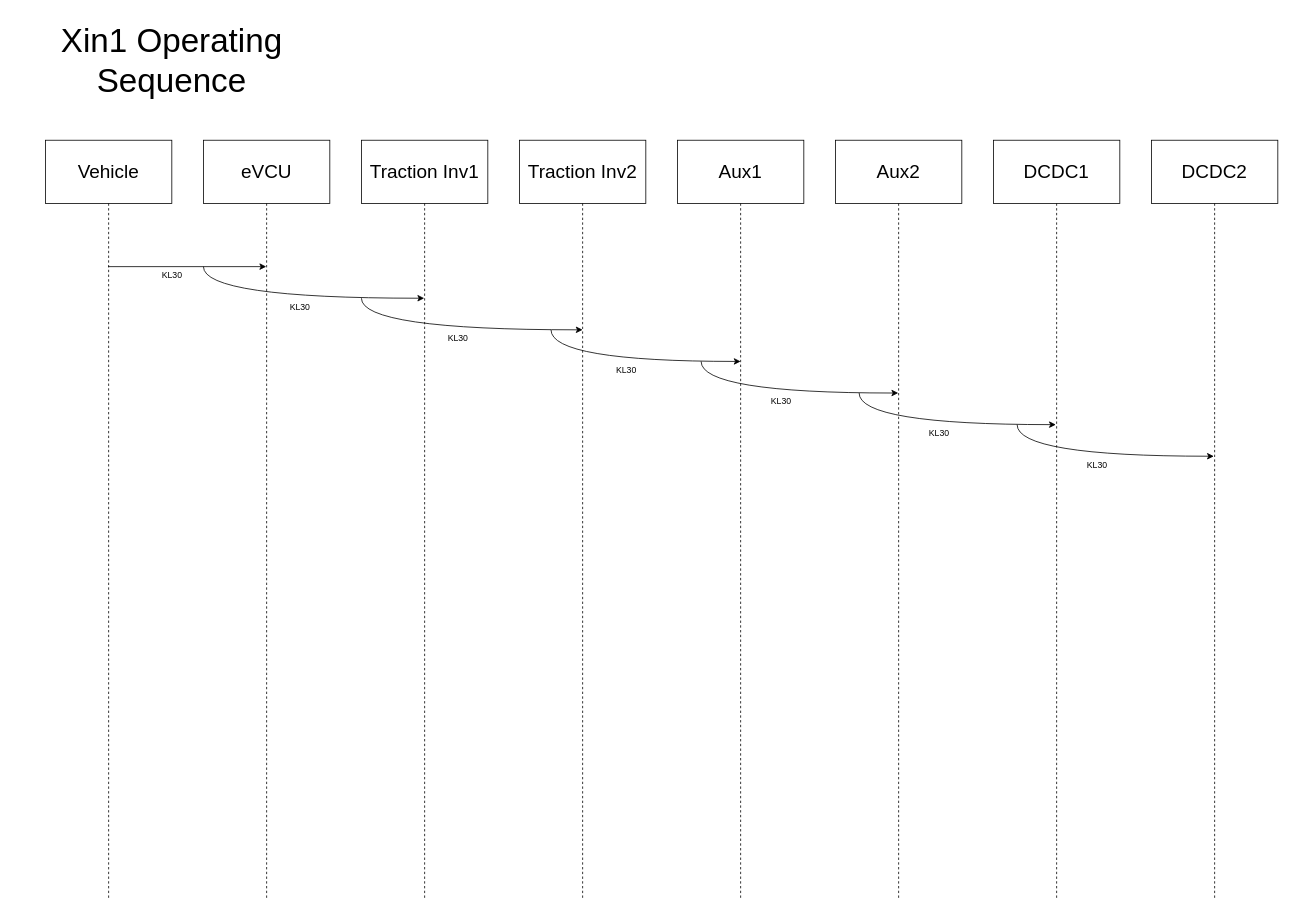
This is page "subsytem Block diag" (2 of 3) of xin1System.drawio from chdev2011/temp, a draw.io file, before an edit. Source tidied: cells renumbered, new cells numbered last; positions are measured from the earlier drawing's top-left corner, leaving out a move shared by most shapes. Both pictures are drawn from the tidied source at 79%, with x=0, y=0 at pixel (13, 13).
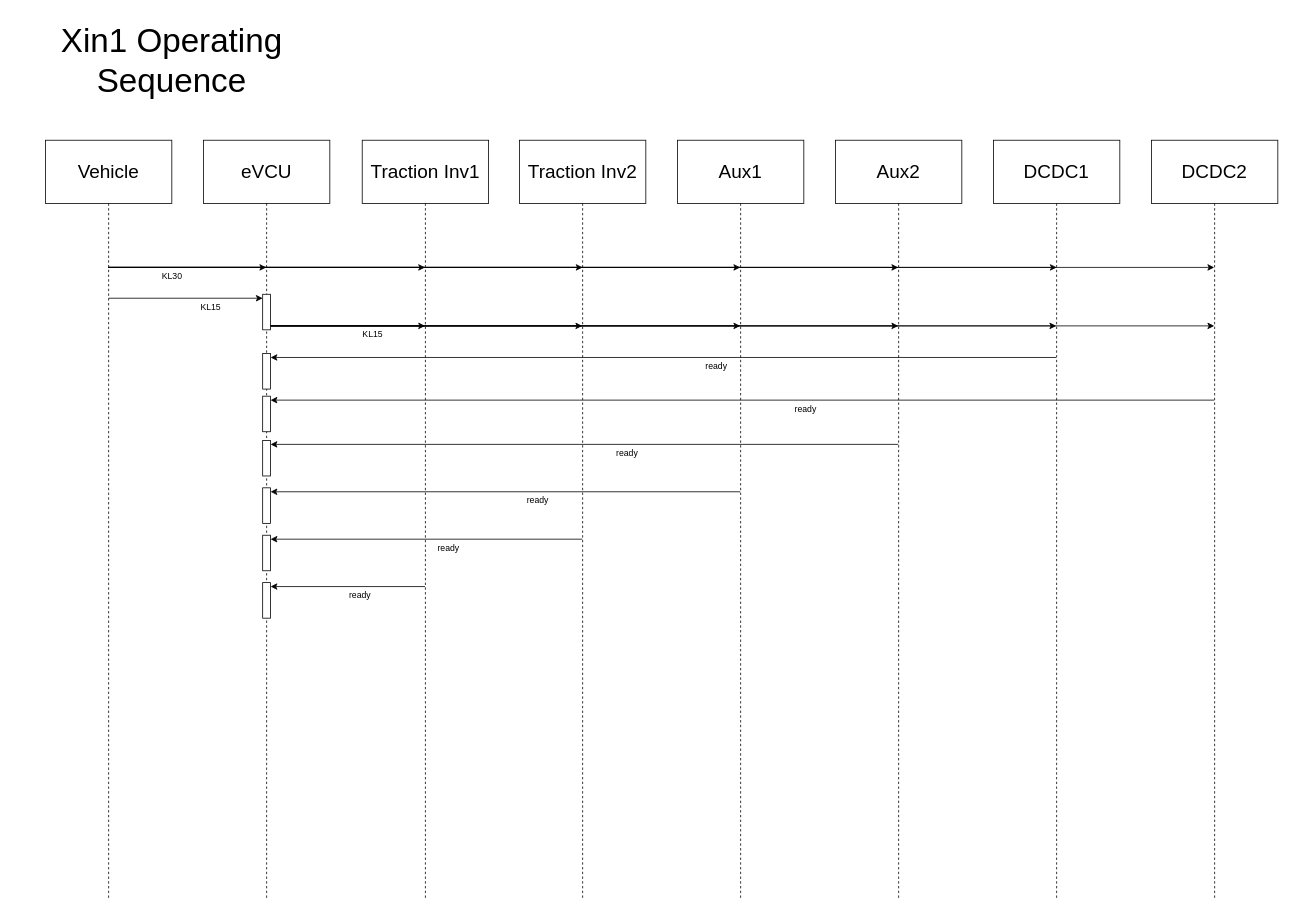
After the change.

Unchanged cells that the change refers to:
```xml
<mxCell id="4" value="eVCU" style="shape=umlLifeline;perimeter=lifelinePerimeter;whiteSpace=wrap;html=1;newEdgeStyle={&quot;curved&quot;:0,&quot;rounded&quot;:0};size=80;fontSize=24;" parent="1" vertex="1">
  <mxGeometry x="240" y="160" width="160" height="960" as="geometry" />
</mxCell>
<mxCell id="6" value="Traction Inv2" style="shape=umlLifeline;perimeter=lifelinePerimeter;whiteSpace=wrap;html=1;outlineConnect=0;portConstraint=eastwest;newEdgeStyle={&quot;curved&quot;:0,&quot;rounded&quot;:0};size=80;fontSize=24;" parent="1" vertex="1">
  <mxGeometry x="640" y="160" width="160" height="960" as="geometry" />
</mxCell>
<mxCell id="7" value="Aux1" style="shape=umlLifeline;perimeter=lifelinePerimeter;whiteSpace=wrap;html=1;outlineConnect=0;portConstraint=eastwest;newEdgeStyle={&quot;curved&quot;:0,&quot;rounded&quot;:0};size=80;fontSize=24;" parent="1" vertex="1">
  <mxGeometry x="840" y="160" width="160" height="960" as="geometry" />
</mxCell>
<mxCell id="8" value="Aux2" style="shape=umlLifeline;perimeter=lifelinePerimeter;whiteSpace=wrap;html=1;outlineConnect=0;portConstraint=eastwest;newEdgeStyle={&quot;curved&quot;:0,&quot;rounded&quot;:0};size=80;fontSize=24;" parent="1" vertex="1">
  <mxGeometry x="1040" y="160" width="160" height="960" as="geometry" />
</mxCell>
<mxCell id="9" value="DCDC1" style="shape=umlLifeline;perimeter=lifelinePerimeter;whiteSpace=wrap;html=1;outlineConnect=0;portConstraint=eastwest;newEdgeStyle={&quot;curved&quot;:0,&quot;rounded&quot;:0};size=80;fontSize=24;" parent="1" vertex="1">
  <mxGeometry x="1240" y="160" width="160" height="960" as="geometry" />
</mxCell>
<mxCell id="10" value="DCDC2" style="shape=umlLifeline;perimeter=lifelinePerimeter;whiteSpace=wrap;html=1;outlineConnect=0;portConstraint=eastwest;newEdgeStyle={&quot;curved&quot;:0,&quot;rounded&quot;:0};size=80;fontSize=24;" parent="1" vertex="1">
  <mxGeometry x="1440" y="160" width="160" height="960" as="geometry" />
</mxCell>
```

The edit, as a diff of the source:
```diff
@@
+    <mxCell id="25" style="html=1;points=[[0,0,0,0,5],[0,1,0,0,-5],[1,0,0,0,5],[1,1,0,0,-5]];perimeter=orthogonalPerimeter;outlineConnect=0;targetShapes=umlLifeline;portConstraint=eastwest;newEdgeStyle={&quot;curved&quot;:0,&quot;rounded&quot;:0};" parent="4" vertex="1">
+      <mxGeometry x="75" y="195" width="10" height="45" as="geometry" />
+    </mxCell>
+    <mxCell id="26" style="html=1;points=[[0,0,0,0,5],[0,1,0,0,-5],[1,0,0,0,5],[1,1,0,0,-5]];perimeter=orthogonalPerimeter;outlineConnect=0;targetShapes=umlLifeline;portConstraint=eastwest;newEdgeStyle={&quot;curved&quot;:0,&quot;rounded&quot;:0};" parent="4" vertex="1">
+      <mxGeometry x="75" y="324" width="10" height="45" as="geometry" />
+    </mxCell>
+    <mxCell id="27" style="html=1;points=[[0,0,0,0,5],[0,1,0,0,-5],[1,0,0,0,5],[1,1,0,0,-5]];perimeter=orthogonalPerimeter;outlineConnect=0;targetShapes=umlLifeline;portConstraint=eastwest;newEdgeStyle={&quot;curved&quot;:0,&quot;rounded&quot;:0};" parent="4" vertex="1">
+      <mxGeometry x="75" y="270" width="10" height="45" as="geometry" />
+    </mxCell>
+    <mxCell id="28" style="html=1;points=[[0,0,0,0,5],[0,1,0,0,-5],[1,0,0,0,5],[1,1,0,0,-5]];perimeter=orthogonalPerimeter;outlineConnect=0;targetShapes=umlLifeline;portConstraint=eastwest;newEdgeStyle={&quot;curved&quot;:0,&quot;rounded&quot;:0};" parent="4" vertex="1">
+      <mxGeometry x="75" y="380" width="10" height="45" as="geometry" />
+    </mxCell>
+    <mxCell id="29" style="html=1;points=[[0,0,0,0,5],[0,1,0,0,-5],[1,0,0,0,5],[1,1,0,0,-5]];perimeter=orthogonalPerimeter;outlineConnect=0;targetShapes=umlLifeline;portConstraint=eastwest;newEdgeStyle={&quot;curved&quot;:0,&quot;rounded&quot;:0};" parent="4" vertex="1">
+      <mxGeometry x="75" y="440" width="10" height="45" as="geometry" />
+    </mxCell>
+    <mxCell id="30" style="html=1;points=[[0,0,0,0,5],[0,1,0,0,-5],[1,0,0,0,5],[1,1,0,0,-5]];perimeter=orthogonalPerimeter;outlineConnect=0;targetShapes=umlLifeline;portConstraint=eastwest;newEdgeStyle={&quot;curved&quot;:0,&quot;rounded&quot;:0};" parent="4" vertex="1">
+      <mxGeometry x="75" y="500" width="10" height="45" as="geometry" />
+    </mxCell>
+    <mxCell id="31" style="html=1;points=[[0,0,0,0,5],[0,1,0,0,-5],[1,0,0,0,5],[1,1,0,0,-5]];perimeter=orthogonalPerimeter;outlineConnect=0;targetShapes=umlLifeline;portConstraint=eastwest;newEdgeStyle={&quot;curved&quot;:0,&quot;rounded&quot;:0};" parent="4" vertex="1">
+      <mxGeometry x="75" y="560" width="10" height="45" as="geometry" />
+    </mxCell>
     <mxCell id="5" value="Traction Inv1" style="shape=umlLifeline;perimeter=lifelinePerimeter;whiteSpace=wrap;html=1;outlineConnect=0;portConstraint=eastwest;newEdgeStyle={&quot;curved&quot;:0,&quot;rounded&quot;:0};size=80;fontSize=24;" parent="1" vertex="1">
-      <mxGeometry x="440" y="160" width="160" height="960" as="geometry" />
+      <mxGeometry x="441" y="160" width="160" height="960" as="geometry" />
     </mxCell>
@@
     <mxCell id="11" style="endArrow=classic;html=1;rounded=0;" parent="1" edge="1">
       <mxGeometry relative="1" as="geometry">
-        <mxPoint x="119.3" y="320" as="sourcePoint" />
-        <mxPoint x="319.5" y="320" as="targetPoint" />
+        <mxPoint x="119.3" y="321" as="sourcePoint" />
+        <mxPoint x="319.5" y="321" as="targetPoint" />
       </mxGeometry>
     </mxCell>
@@
-    <mxCell id="13" style="endArrow=classic;html=1;rounded=0;edgeStyle=orthogonalEdgeStyle;elbow=vertical;curved=1;" parent="1" edge="1" target="5">
-      <mxGeometry relative="1" as="geometry">
-        <mxPoint x="240" y="320" as="sourcePoint" />
-        <Array as="points">
-          <mxPoint x="240" y="360" />
-        </Array>
-      </mxGeometry>
-    </mxCell>
-    <mxCell id="14" value="KL30" style="edgeLabel;html=1;align=center;verticalAlign=middle;" parent="13" vertex="1">
-      <mxGeometry x="0.35" y="-3" relative="1" as="geometry">
-        <mxPoint x="-55" y="7" as="offset" />
-      </mxGeometry>
-    </mxCell>
-    <mxCell id="15" style="endArrow=classic;html=1;rounded=0;edgeStyle=orthogonalEdgeStyle;elbow=vertical;curved=1;" parent="1" edge="1">
-      <mxGeometry relative="1" as="geometry">
-        <mxPoint x="440" y="360" as="sourcePoint" />
-        <mxPoint x="720" y="400" as="targetPoint" />
-        <Array as="points">
-          <mxPoint x="440" y="400" />
-        </Array>
-      </mxGeometry>
-    </mxCell>
-    <mxCell id="16" value="KL30" style="edgeLabel;html=1;align=center;verticalAlign=middle;" parent="15" vertex="1">
-      <mxGeometry x="0.35" y="-3" relative="1" as="geometry">
-        <mxPoint x="-55" y="7" as="offset" />
-      </mxGeometry>
-    </mxCell>
-    <mxCell id="17" style="endArrow=classic;html=1;rounded=0;edgeStyle=orthogonalEdgeStyle;elbow=vertical;curved=1;" parent="1" edge="1">
-      <mxGeometry relative="1" as="geometry">
-        <mxPoint x="680" y="400" as="sourcePoint" />
-        <mxPoint x="920" y="440" as="targetPoint" />
-        <Array as="points">
-          <mxPoint x="680" y="440" />
-        </Array>
-      </mxGeometry>
-    </mxCell>
-    <mxCell id="18" value="KL30" style="edgeLabel;html=1;align=center;verticalAlign=middle;" parent="17" vertex="1">
-      <mxGeometry x="0.35" y="-3" relative="1" as="geometry">
-        <mxPoint x="-55" y="7" as="offset" />
-      </mxGeometry>
-    </mxCell>
-    <mxCell id="19" style="endArrow=classic;html=1;rounded=0;edgeStyle=orthogonalEdgeStyle;elbow=vertical;curved=1;" parent="1" edge="1" target="8">
-      <mxGeometry relative="1" as="geometry">
-        <mxPoint x="870" y="440" as="sourcePoint" />
-        <Array as="points">
-          <mxPoint x="870" y="480" />
-        </Array>
-      </mxGeometry>
-    </mxCell>
-    <mxCell id="20" value="KL30" style="edgeLabel;html=1;align=center;verticalAlign=middle;" parent="19" vertex="1">
-      <mxGeometry x="0.35" y="-3" relative="1" as="geometry">
-        <mxPoint x="-55" y="7" as="offset" />
-      </mxGeometry>
-    </mxCell>
-    <mxCell id="21" style="endArrow=classic;html=1;rounded=0;edgeStyle=orthogonalEdgeStyle;elbow=vertical;curved=1;" parent="1" edge="1">
-      <mxGeometry relative="1" as="geometry">
-        <mxPoint x="1070" y="480" as="sourcePoint" />
-        <mxPoint x="1319" y="520" as="targetPoint" />
-        <Array as="points">
-          <mxPoint x="1070" y="520" />
-        </Array>
-      </mxGeometry>
-    </mxCell>
-    <mxCell id="22" value="KL30" style="edgeLabel;html=1;align=center;verticalAlign=middle;" parent="21" vertex="1">
-      <mxGeometry x="0.35" y="-3" relative="1" as="geometry">
-        <mxPoint x="-55" y="7" as="offset" />
-      </mxGeometry>
-    </mxCell>
-    <mxCell id="23" style="endArrow=classic;html=1;rounded=0;edgeStyle=orthogonalEdgeStyle;elbow=vertical;curved=1;" parent="1" edge="1">
-      <mxGeometry relative="1" as="geometry">
-        <mxPoint x="1270" y="520" as="sourcePoint" />
-        <mxPoint x="1519" y="560" as="targetPoint" />
-        <Array as="points">
-          <mxPoint x="1270" y="560" />
-        </Array>
-      </mxGeometry>
-    </mxCell>
-    <mxCell id="24" value="KL30" style="edgeLabel;html=1;align=center;verticalAlign=middle;" parent="23" vertex="1">
-      <mxGeometry x="0.35" y="-3" relative="1" as="geometry">
-        <mxPoint x="-55" y="7" as="offset" />
-      </mxGeometry>
-    </mxCell>
+    <mxCell id="32" style="endArrow=classic;html=1;rounded=0;" parent="1" edge="1">
+      <mxGeometry relative="1" as="geometry">
+        <mxPoint x="119.9" y="321" as="sourcePoint" />
+        <mxPoint x="520.5" y="321" as="targetPoint" />
+      </mxGeometry>
+    </mxCell>
+    <mxCell id="33" style="endArrow=classic;html=1;rounded=0;" parent="1" edge="1">
+      <mxGeometry relative="1" as="geometry">
+        <mxPoint x="119.5" y="321" as="sourcePoint" />
+        <mxPoint x="720" y="321" as="targetPoint" />
+      </mxGeometry>
+    </mxCell>
+    <mxCell id="34" style="endArrow=classic;html=1;rounded=0;" parent="1" edge="1">
+      <mxGeometry relative="1" as="geometry">
+        <mxPoint x="119.3" y="321" as="sourcePoint" />
+        <mxPoint x="919.5" y="321" as="targetPoint" />
+      </mxGeometry>
+    </mxCell>
+    <mxCell id="35" style="endArrow=classic;html=1;rounded=0;" parent="1" edge="1">
+      <mxGeometry relative="1" as="geometry">
+        <mxPoint x="119.3" y="321" as="sourcePoint" />
+        <mxPoint x="1119.5" y="321" as="targetPoint" />
+        <Array as="points">
+          <mxPoint x="1070" y="321" />
+        </Array>
+      </mxGeometry>
+    </mxCell>
+    <mxCell id="36" style="endArrow=classic;html=1;rounded=0;" parent="1" edge="1">
+      <mxGeometry relative="1" as="geometry">
+        <mxPoint x="120.1" y="321" as="sourcePoint" />
+        <mxPoint x="1320.1" y="321" as="targetPoint" />
+      </mxGeometry>
+    </mxCell>
+    <mxCell id="37" style="endArrow=classic;html=1;rounded=0;entryX=0;entryY=0;entryDx=0;entryDy=5;entryPerimeter=0;" parent="1" edge="1" target="25">
+      <mxGeometry relative="1" as="geometry">
+        <mxPoint x="120" y="360" as="sourcePoint" />
+      </mxGeometry>
+    </mxCell>
+    <mxCell id="38" value="KL15" style="edgeLabel;html=1;align=center;verticalAlign=middle;" parent="37" vertex="1">
+      <mxGeometry x="0.35" y="-2" relative="1" as="geometry">
+        <mxPoint x="-4" y="8" as="offset" />
+      </mxGeometry>
+    </mxCell>
+    <mxCell id="39" style="endArrow=classic;html=1;rounded=0;exitX=1;exitY=1;exitDx=0;exitDy=-5;exitPerimeter=0;" parent="1" edge="1" source="25" target="5">
+      <mxGeometry relative="1" as="geometry" />
+    </mxCell>
+    <mxCell id="40" value="KL15" style="edgeLabel;html=1;align=center;verticalAlign=middle;" parent="39" vertex="1">
+      <mxGeometry x="0.35" y="-2" relative="1" as="geometry">
+        <mxPoint x="-4" y="8" as="offset" />
+      </mxGeometry>
+    </mxCell>
+    <mxCell id="41" style="endArrow=classic;html=1;rounded=0;" parent="1" edge="1">
+      <mxGeometry relative="1" as="geometry">
+        <mxPoint x="119.2" y="321" as="sourcePoint" />
+        <mxPoint x="1519.5" y="321" as="targetPoint" />
+      </mxGeometry>
+    </mxCell>
+    <mxCell id="42" style="endArrow=classic;html=1;rounded=0;exitX=1;exitY=1;exitDx=0;exitDy=-5;exitPerimeter=0;" parent="1" edge="1" source="25" target="6">
+      <mxGeometry relative="1" as="geometry" />
+    </mxCell>
+    <mxCell id="43" style="endArrow=classic;html=1;rounded=0;exitX=1;exitY=1;exitDx=0;exitDy=-5;exitPerimeter=0;" parent="1" edge="1" source="25" target="7">
+      <mxGeometry relative="1" as="geometry" />
+    </mxCell>
+    <mxCell id="44" style="endArrow=classic;html=1;rounded=0;exitX=1;exitY=1;exitDx=0;exitDy=-5;exitPerimeter=0;" parent="1" edge="1" source="25" target="8">
+      <mxGeometry relative="1" as="geometry" />
+    </mxCell>
+    <mxCell id="45" style="endArrow=classic;html=1;rounded=0;exitX=1;exitY=1;exitDx=0;exitDy=-5;exitPerimeter=0;" parent="1" edge="1" source="25" target="9">
+      <mxGeometry relative="1" as="geometry" />
+    </mxCell>
+    <mxCell id="46" style="endArrow=classic;html=1;rounded=0;exitX=1;exitY=1;exitDx=0;exitDy=-5;exitPerimeter=0;" parent="1" edge="1" source="25" target="10">
+      <mxGeometry relative="1" as="geometry" />
+    </mxCell>
+    <mxCell id="47" style="endArrow=classic;html=1;rounded=0;entryX=1;entryY=0;entryDx=0;entryDy=5;entryPerimeter=0;" parent="1" edge="1" source="10" target="26">
+      <mxGeometry relative="1" as="geometry" />
+    </mxCell>
+    <mxCell id="48" value="ready" style="edgeLabel;html=1;align=center;verticalAlign=middle;" parent="47" vertex="1">
+      <mxGeometry x="-0.13" y="2" relative="1" as="geometry">
+        <mxPoint x="2" y="8" as="offset" />
+      </mxGeometry>
+    </mxCell>
+    <mxCell id="49" style="endArrow=classic;html=1;rounded=0;entryX=1;entryY=0;entryDx=0;entryDy=5;entryPerimeter=0;" parent="1" edge="1" source="9" target="27">
+      <mxGeometry relative="1" as="geometry" />
+    </mxCell>
+    <mxCell id="50" value="ready" style="edgeLabel;html=1;align=center;verticalAlign=middle;" parent="49" vertex="1">
+      <mxGeometry x="-0.13" y="2" relative="1" as="geometry">
+        <mxPoint x="2" y="8" as="offset" />
+      </mxGeometry>
+    </mxCell>
+    <mxCell id="51" style="endArrow=classic;html=1;rounded=0;entryX=1;entryY=0;entryDx=0;entryDy=5;entryPerimeter=0;" parent="1" edge="1" source="8" target="28">
+      <mxGeometry relative="1" as="geometry" />
+    </mxCell>
+    <mxCell id="52" value="ready" style="edgeLabel;html=1;align=center;verticalAlign=middle;" parent="51" vertex="1">
+      <mxGeometry x="-0.13" y="2" relative="1" as="geometry">
+        <mxPoint x="2" y="8" as="offset" />
+      </mxGeometry>
+    </mxCell>
+    <mxCell id="53" style="endArrow=classic;html=1;rounded=0;entryX=1;entryY=0;entryDx=0;entryDy=5;entryPerimeter=0;" parent="1" edge="1" source="7" target="29">
+      <mxGeometry relative="1" as="geometry" />
+    </mxCell>
+    <mxCell id="54" value="ready" style="edgeLabel;html=1;align=center;verticalAlign=middle;" parent="53" vertex="1">
+      <mxGeometry x="-0.13" y="2" relative="1" as="geometry">
+        <mxPoint x="2" y="8" as="offset" />
+      </mxGeometry>
+    </mxCell>
+    <mxCell id="55" style="endArrow=classic;html=1;rounded=0;entryX=1;entryY=0;entryDx=0;entryDy=5;entryPerimeter=0;" parent="1" edge="1" source="6" target="30">
+      <mxGeometry relative="1" as="geometry" />
+    </mxCell>
+    <mxCell id="56" value="ready" style="edgeLabel;html=1;align=center;verticalAlign=middle;" parent="55" vertex="1">
+      <mxGeometry x="-0.13" y="2" relative="1" as="geometry">
+        <mxPoint x="2" y="8" as="offset" />
+      </mxGeometry>
+    </mxCell>
+    <mxCell id="57" style="endArrow=classic;html=1;rounded=0;entryX=1;entryY=0;entryDx=0;entryDy=5;entryPerimeter=0;" parent="1" edge="1" source="5" target="31">
+      <mxGeometry relative="1" as="geometry" />
+    </mxCell>
+    <mxCell id="58" value="ready" style="edgeLabel;html=1;align=center;verticalAlign=middle;" parent="57" vertex="1">
+      <mxGeometry x="-0.13" y="2" relative="1" as="geometry">
+        <mxPoint x="2" y="8" as="offset" />
+      </mxGeometry>
+    </mxCell>
```
